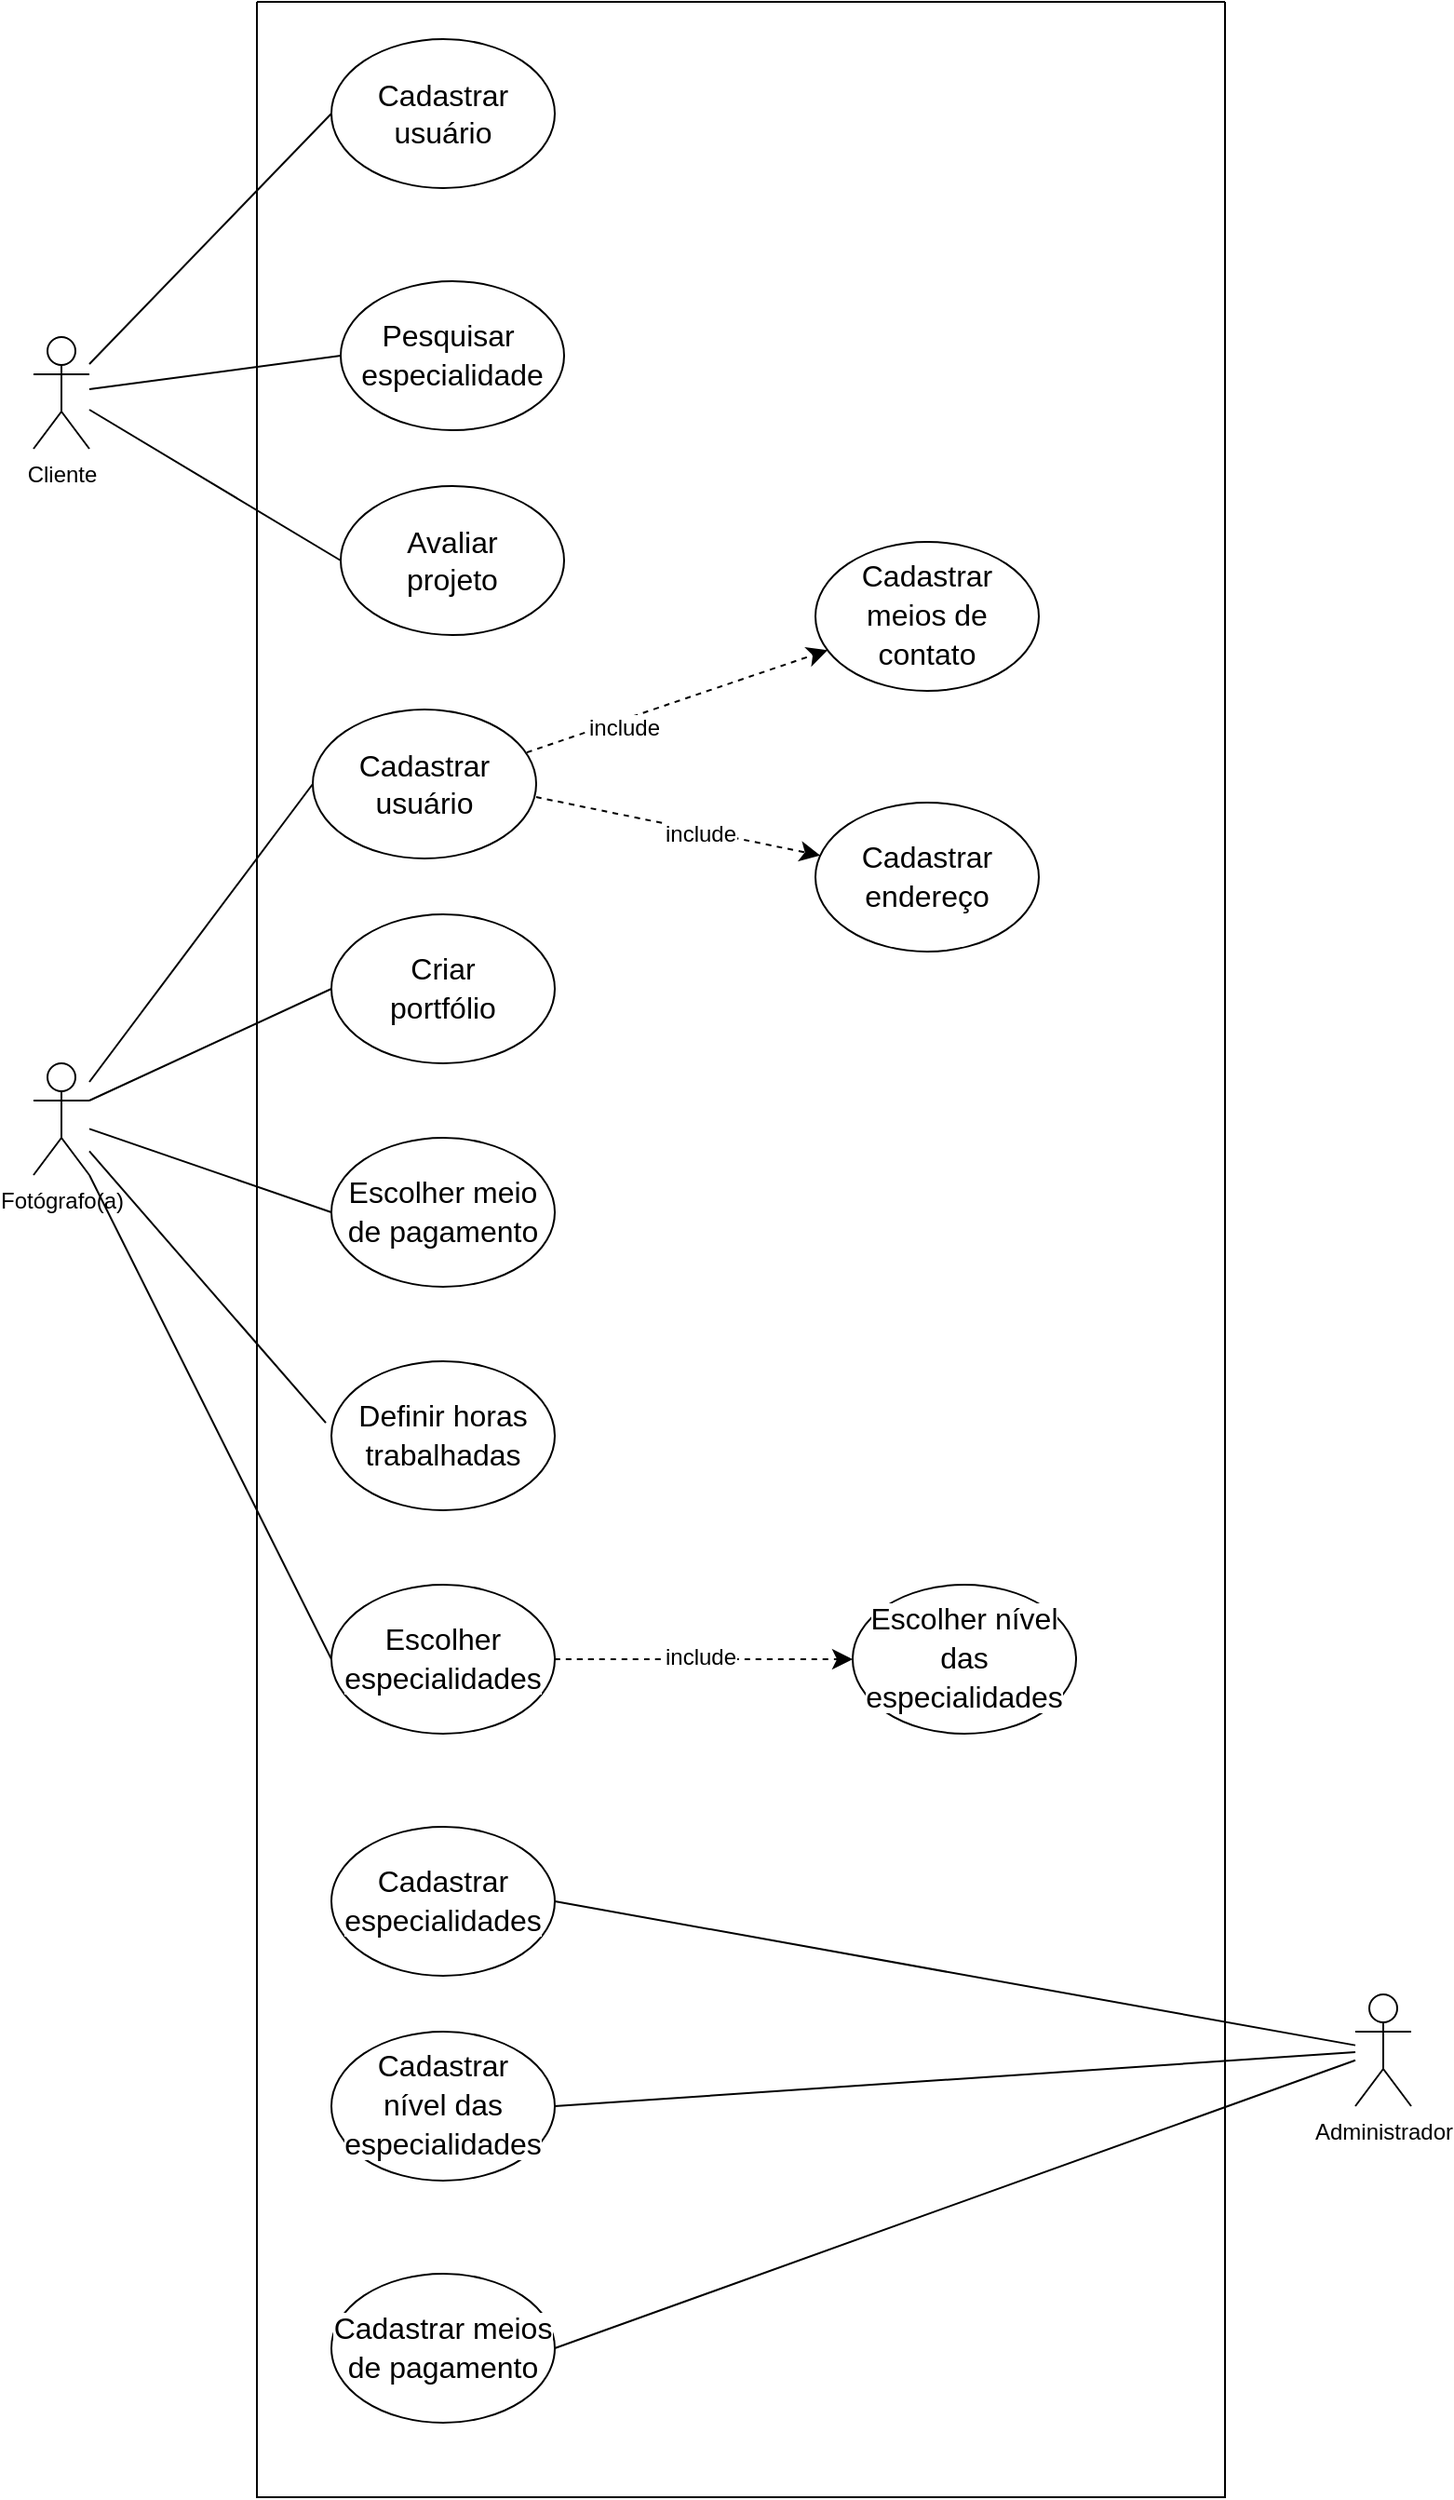
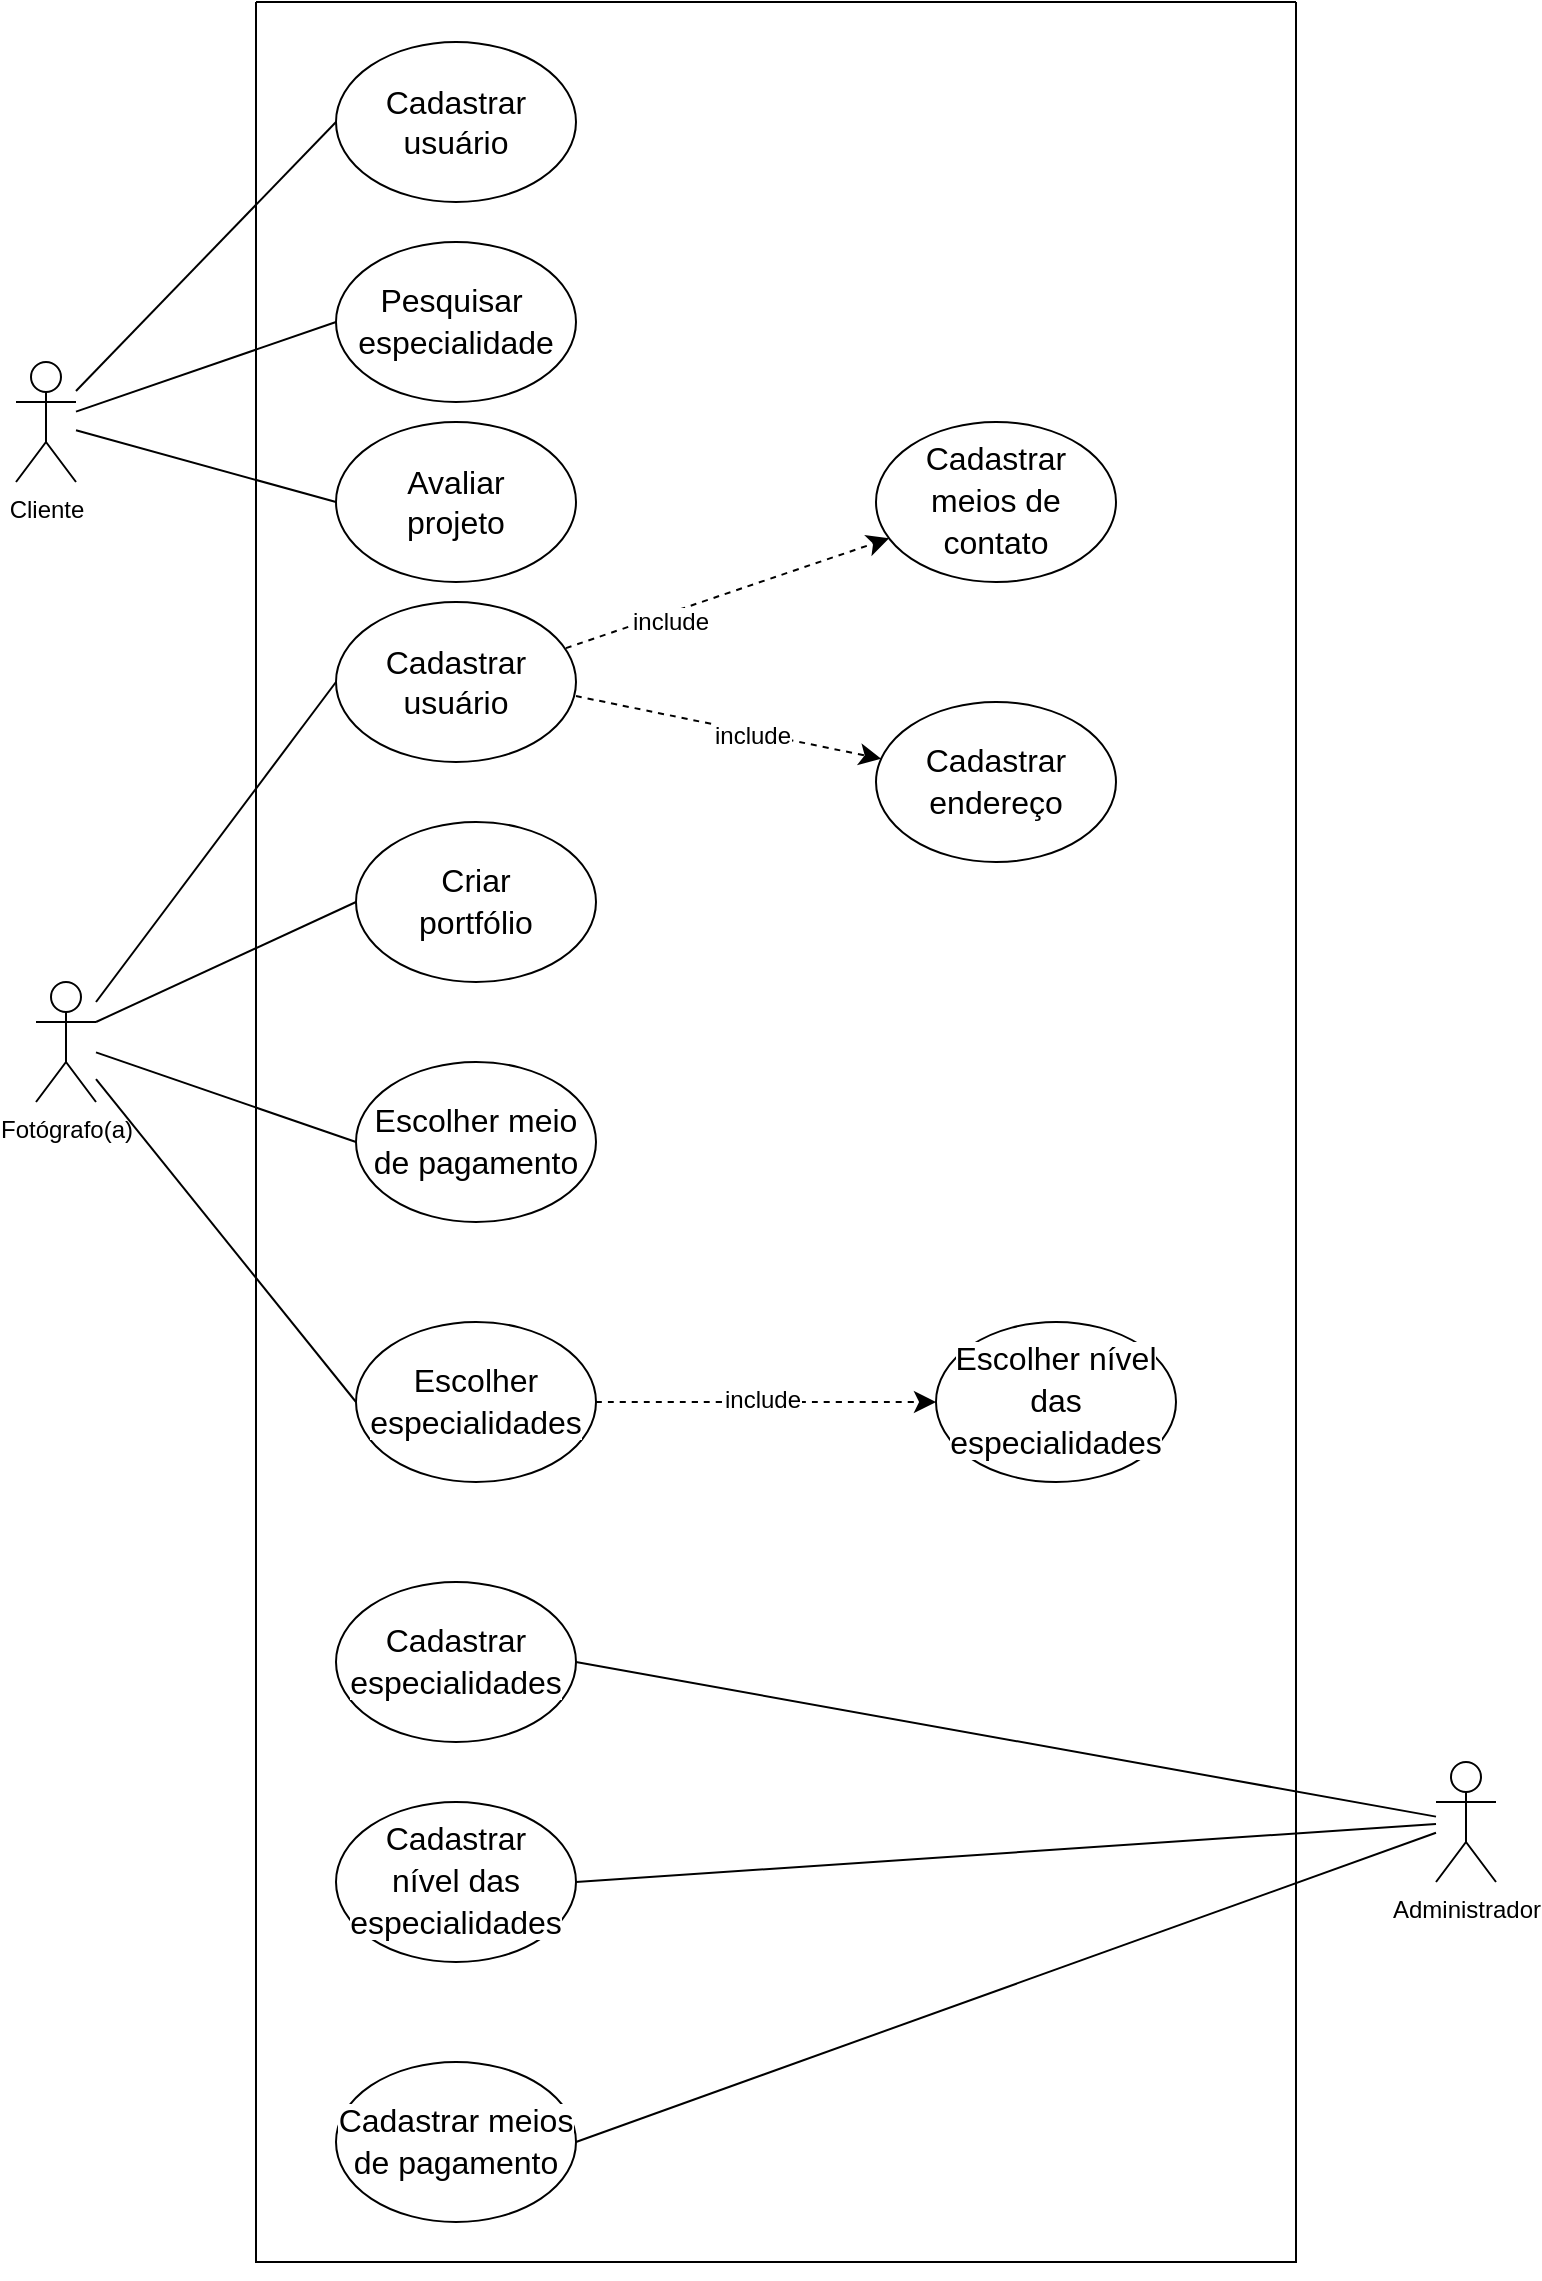
<mxfile host="app.diagrams.net">
  <diagram name="Página-1" id="dxCMnA6LfRXgrDErsBTI">
-     <mxGraphModel dx="1414" dy="803" grid="1" gridSize="10" guides="1" tooltips="1" connect="1" arrows="1" fold="1" page="1" pageScale="1" pageWidth="827" pageHeight="1169" math="0" shadow="0">
+     <mxGraphModel dx="2175" dy="1155" grid="1" gridSize="10" guides="1" tooltips="1" connect="1" arrows="1" fold="1" page="1" pageScale="1" pageWidth="827" pageHeight="1169" math="0" shadow="0">
      <root>
        <mxCell id="0" />
        <mxCell id="1" parent="0" />
        <mxCell id="xOa8tAGSxtH-vp95LS3U-1" parent="1" style="shape=umlActor;verticalLabelPosition=bottom;verticalAlign=top;html=1;outlineConnect=0;" value="Cliente" vertex="1">
          <mxGeometry height="60" width="30" x="40" y="200" as="geometry" />
        </mxCell>
-         <mxCell id="xOa8tAGSxtH-vp95LS3U-2" parent="1" style="shape=umlActor;verticalLabelPosition=bottom;verticalAlign=top;html=1;outlineConnect=0;" value="Fotógrafo(a)" vertex="1">
-           <mxGeometry height="60" width="30" x="40" y="590" as="geometry" />
-         </mxCell>
        <mxCell id="xOa8tAGSxtH-vp95LS3U-5" parent="1" style="ellipse;whiteSpace=wrap;html=1;" value="&lt;font style=&quot;font-size: 16px;&quot;&gt;Cadastrar&lt;/font&gt;&lt;div&gt;&lt;font style=&quot;font-size: 16px;&quot;&gt;usuário&lt;/font&gt;&lt;/div&gt;" vertex="1">
          <mxGeometry height="80" width="120" x="200" y="40" as="geometry" />
-         </mxCell>
-         <mxCell id="xOa8tAGSxtH-vp95LS3U-7" parent="1" style="ellipse;whiteSpace=wrap;html=1;" value="&lt;font style=&quot;font-size: 16px;&quot;&gt;Cadastrar&lt;/font&gt;&lt;div&gt;&lt;font style=&quot;font-size: 16px;&quot;&gt;usuário&lt;/font&gt;&lt;/div&gt;" vertex="1">
-           <mxGeometry height="80" width="120" x="190" y="400" as="geometry" />
        </mxCell>
        <mxCell id="xOa8tAGSxtH-vp95LS3U-14" edge="1" parent="1" source="xOa8tAGSxtH-vp95LS3U-1" style="endArrow=none;html=1;rounded=0;fontSize=12;startSize=8;endSize=8;curved=1;entryX=0;entryY=0.5;entryDx=0;entryDy=0;" target="xOa8tAGSxtH-vp95LS3U-5" value="">
          <mxGeometry height="50" relative="1" width="50" as="geometry">
            <mxPoint x="320" y="340" as="sourcePoint" />
            <mxPoint x="370" y="290" as="targetPoint" />
          </mxGeometry>
        </mxCell>
-         <mxCell id="xOa8tAGSxtH-vp95LS3U-15" parent="1" style="ellipse;whiteSpace=wrap;html=1;" value="&lt;span data-contrast=&quot;auto&quot; lang=&quot;PT-BR&quot; class=&quot;TextRun SCXW140058598 BCX0&quot; style=&quot;-webkit-user-drag: none; -webkit-tap-highlight-color: transparent; margin: 0px; padding: 0px; user-select: text; color: rgb(0, 0, 0); font-size: 12pt; text-align: left; background-color: rgb(255, 255, 255); line-height: 20.925px; font-family: Aptos, Aptos_EmbeddedFont, Aptos_MSFontService, sans-serif; font-variant-ligatures: none !important;&quot;&gt;&lt;span class=&quot;NormalTextRun SCXW140058598 BCX0&quot; style=&quot;-webkit-user-drag: none; -webkit-tap-highlight-color: transparent; margin: 0px; padding: 0px; user-select: text;&quot;&gt;Pesquisar&amp;nbsp; especialidade&lt;/span&gt;&lt;/span&gt;" vertex="1">
-           <mxGeometry height="80" width="120" x="205" y="170" as="geometry" />
-         </mxCell>
        <mxCell id="xOa8tAGSxtH-vp95LS3U-18" edge="1" parent="1" source="xOa8tAGSxtH-vp95LS3U-1" style="endArrow=none;html=1;rounded=0;fontSize=12;startSize=8;endSize=8;curved=1;entryX=0;entryY=0.5;entryDx=0;entryDy=0;" target="xOa8tAGSxtH-vp95LS3U-15" value="">
          <mxGeometry height="50" relative="1" width="50" as="geometry">
            <mxPoint x="320" y="330" as="sourcePoint" />
            <mxPoint x="370" y="280" as="targetPoint" />
          </mxGeometry>
        </mxCell>
-         <mxCell id="xOa8tAGSxtH-vp95LS3U-51" edge="1" parent="1" source="xOa8tAGSxtH-vp95LS3U-7" style="edgeStyle=none;curved=1;rounded=0;orthogonalLoop=1;jettySize=auto;html=1;fontSize=12;startSize=8;endSize=8;dashed=1;exitX=0.958;exitY=0.288;exitDx=0;exitDy=0;exitPerimeter=0;" target="xOa8tAGSxtH-vp95LS3U-21" value="">
+         <mxCell id="xOa8tAGSxtH-vp95LS3U-40" parent="1" style="swimlane;startSize=0;" value="" vertex="1">
+           <mxGeometry height="1130" width="520" x="160" y="20" as="geometry">
+             <mxRectangle height="40" width="50" x="130" y="20" as="alternateBounds" />
+           </mxGeometry>
+         </mxCell>
+         <mxCell id="xOa8tAGSxtH-vp95LS3U-15" parent="xOa8tAGSxtH-vp95LS3U-40" style="ellipse;whiteSpace=wrap;html=1;" value="&lt;span data-contrast=&quot;auto&quot; lang=&quot;PT-BR&quot; class=&quot;TextRun SCXW140058598 BCX0&quot; style=&quot;-webkit-user-drag: none; -webkit-tap-highlight-color: transparent; margin: 0px; padding: 0px; user-select: text; color: rgb(0, 0, 0); font-size: 12pt; text-align: left; background-color: rgb(255, 255, 255); line-height: 20.925px; font-family: Aptos, Aptos_EmbeddedFont, Aptos_MSFontService, sans-serif; font-variant-ligatures: none !important;&quot;&gt;&lt;span class=&quot;NormalTextRun SCXW140058598 BCX0&quot; style=&quot;-webkit-user-drag: none; -webkit-tap-highlight-color: transparent; margin: 0px; padding: 0px; user-select: text;&quot;&gt;Pesquisar&amp;nbsp; especialidade&lt;/span&gt;&lt;/span&gt;" vertex="1">
+           <mxGeometry height="80" width="120" x="40" y="120" as="geometry" />
+         </mxCell>
+         <mxCell id="xOa8tAGSxtH-vp95LS3U-2" parent="xOa8tAGSxtH-vp95LS3U-40" style="shape=umlActor;verticalLabelPosition=bottom;verticalAlign=top;html=1;outlineConnect=0;" value="Fotógrafo(a)" vertex="1">
+           <mxGeometry height="60" width="30" x="-110" y="490" as="geometry" />
+         </mxCell>
+         <mxCell id="xOa8tAGSxtH-vp95LS3U-7" parent="xOa8tAGSxtH-vp95LS3U-40" style="ellipse;whiteSpace=wrap;html=1;" value="&lt;font style=&quot;font-size: 16px;&quot;&gt;Cadastrar&lt;/font&gt;&lt;div&gt;&lt;font style=&quot;font-size: 16px;&quot;&gt;usuário&lt;/font&gt;&lt;/div&gt;" vertex="1">
+           <mxGeometry height="80" width="120" x="40" y="300" as="geometry" />
+         </mxCell>
+         <mxCell id="xOa8tAGSxtH-vp95LS3U-51" edge="1" parent="xOa8tAGSxtH-vp95LS3U-40" source="xOa8tAGSxtH-vp95LS3U-7" style="edgeStyle=none;curved=1;rounded=0;orthogonalLoop=1;jettySize=auto;html=1;fontSize=12;startSize=8;endSize=8;dashed=1;exitX=0.958;exitY=0.288;exitDx=0;exitDy=0;exitPerimeter=0;" target="xOa8tAGSxtH-vp95LS3U-21" value="">
          <mxGeometry relative="1" as="geometry">
-             <mxPoint x="314.4892265196763" y="413.25453038663613" as="sourcePoint" />
+             <mxPoint x="164.48922651967632" y="313.25453038663613" as="sourcePoint" />
          </mxGeometry>
        </mxCell>
        <mxCell id="xOa8tAGSxtH-vp95LS3U-52" connectable="0" parent="xOa8tAGSxtH-vp95LS3U-51" style="edgeLabel;html=1;align=center;verticalAlign=middle;resizable=0;points=[];fontSize=12;" value="include" vertex="1">
          <mxGeometry relative="1" x="-0.375" y="-4" as="geometry">
            <mxPoint as="offset" />
          </mxGeometry>
        </mxCell>
-         <mxCell id="xOa8tAGSxtH-vp95LS3U-53" edge="1" parent="1" source="xOa8tAGSxtH-vp95LS3U-7" style="edgeStyle=none;curved=1;rounded=0;orthogonalLoop=1;jettySize=auto;html=1;fontSize=12;startSize=8;endSize=8;dashed=1;exitX=1;exitY=0.588;exitDx=0;exitDy=0;exitPerimeter=0;" target="xOa8tAGSxtH-vp95LS3U-20" value="">
+         <mxCell id="xOa8tAGSxtH-vp95LS3U-53" edge="1" parent="xOa8tAGSxtH-vp95LS3U-40" source="xOa8tAGSxtH-vp95LS3U-7" style="edgeStyle=none;curved=1;rounded=0;orthogonalLoop=1;jettySize=auto;html=1;fontSize=12;startSize=8;endSize=8;dashed=1;exitX=1;exitY=0.588;exitDx=0;exitDy=0;exitPerimeter=0;" target="xOa8tAGSxtH-vp95LS3U-20" value="">
          <mxGeometry relative="1" as="geometry">
-             <mxPoint x="316.8080702138209" y="442.8727646789939" as="sourcePoint" />
+             <mxPoint x="166.80807021382088" y="342.8727646789939" as="sourcePoint" />
          </mxGeometry>
        </mxCell>
        <mxCell id="xOa8tAGSxtH-vp95LS3U-54" connectable="0" parent="xOa8tAGSxtH-vp95LS3U-53" style="edgeLabel;html=1;align=center;verticalAlign=middle;resizable=0;points=[];fontSize=12;" value="include" vertex="1">
          <mxGeometry relative="1" x="0.1592" y="-2" as="geometry">
            <mxPoint as="offset" />
          </mxGeometry>
        </mxCell>
-         <mxCell id="xOa8tAGSxtH-vp95LS3U-23" parent="1" style="ellipse;whiteSpace=wrap;html=1;" value="&lt;span data-contrast=&quot;auto&quot; lang=&quot;PT-BR&quot; class=&quot;TextRun SCXW148456245 BCX0&quot; style=&quot;-webkit-user-drag: none; -webkit-tap-highlight-color: transparent; margin: 0px; padding: 0px; user-select: text; color: rgb(0, 0, 0); font-size: 12pt; text-align: left; background-color: rgb(255, 255, 255); line-height: 20.925px; font-family: Aptos, Aptos_EmbeddedFont, Aptos_MSFontService, sans-serif; font-variant-ligatures: none !important;&quot;&gt;&lt;span class=&quot;NormalTextRun SCXW148456245 BCX0&quot; style=&quot;-webkit-user-drag: none; -webkit-tap-highlight-color: transparent; margin: 0px; padding: 0px; user-select: text;&quot;&gt;Criar&lt;/span&gt;&lt;/span&gt;&lt;div&gt;&lt;span data-contrast=&quot;auto&quot; lang=&quot;PT-BR&quot; class=&quot;TextRun SCXW148456245 BCX0&quot; style=&quot;-webkit-user-drag: none; -webkit-tap-highlight-color: transparent; margin: 0px; padding: 0px; user-select: text; color: rgb(0, 0, 0); font-size: 12pt; text-align: left; background-color: rgb(255, 255, 255); line-height: 20.925px; font-family: Aptos, Aptos_EmbeddedFont, Aptos_MSFontService, sans-serif; font-variant-ligatures: none !important;&quot;&gt;&lt;span class=&quot;NormalTextRun SCXW148456245 BCX0&quot; style=&quot;-webkit-user-drag: none; -webkit-tap-highlight-color: transparent; margin: 0px; padding: 0px; user-select: text;&quot;&gt;portfólio&lt;/span&gt;&lt;/span&gt;&lt;/div&gt;" vertex="1">
-           <mxGeometry height="80" width="120" x="200" y="510" as="geometry" />
+         <mxCell id="xOa8tAGSxtH-vp95LS3U-23" parent="xOa8tAGSxtH-vp95LS3U-40" style="ellipse;whiteSpace=wrap;html=1;" value="&lt;span data-contrast=&quot;auto&quot; lang=&quot;PT-BR&quot; class=&quot;TextRun SCXW148456245 BCX0&quot; style=&quot;-webkit-user-drag: none; -webkit-tap-highlight-color: transparent; margin: 0px; padding: 0px; user-select: text; color: rgb(0, 0, 0); font-size: 12pt; text-align: left; background-color: rgb(255, 255, 255); line-height: 20.925px; font-family: Aptos, Aptos_EmbeddedFont, Aptos_MSFontService, sans-serif; font-variant-ligatures: none !important;&quot;&gt;&lt;span class=&quot;NormalTextRun SCXW148456245 BCX0&quot; style=&quot;-webkit-user-drag: none; -webkit-tap-highlight-color: transparent; margin: 0px; padding: 0px; user-select: text;&quot;&gt;Criar&lt;/span&gt;&lt;/span&gt;&lt;div&gt;&lt;span data-contrast=&quot;auto&quot; lang=&quot;PT-BR&quot; class=&quot;TextRun SCXW148456245 BCX0&quot; style=&quot;-webkit-user-drag: none; -webkit-tap-highlight-color: transparent; margin: 0px; padding: 0px; user-select: text; color: rgb(0, 0, 0); font-size: 12pt; text-align: left; background-color: rgb(255, 255, 255); line-height: 20.925px; font-family: Aptos, Aptos_EmbeddedFont, Aptos_MSFontService, sans-serif; font-variant-ligatures: none !important;&quot;&gt;&lt;span class=&quot;NormalTextRun SCXW148456245 BCX0&quot; style=&quot;-webkit-user-drag: none; -webkit-tap-highlight-color: transparent; margin: 0px; padding: 0px; user-select: text;&quot;&gt;portfólio&lt;/span&gt;&lt;/span&gt;&lt;/div&gt;" vertex="1">
+           <mxGeometry height="80" width="120" x="50" y="410" as="geometry" />
        </mxCell>
-         <mxCell id="xOa8tAGSxtH-vp95LS3U-26" parent="1" style="ellipse;whiteSpace=wrap;html=1;" value="&lt;span data-contrast=&quot;auto&quot; lang=&quot;PT-BR&quot; class=&quot;TextRun SCXW13546696 BCX0&quot; style=&quot;-webkit-user-drag: none; -webkit-tap-highlight-color: transparent; margin: 0px; padding: 0px; user-select: text; color: rgb(0, 0, 0); font-size: 12pt; text-align: left; background-color: rgb(255, 255, 255); line-height: 20.925px; font-family: Aptos, Aptos_EmbeddedFont, Aptos_MSFontService, sans-serif; font-variant-ligatures: none !important;&quot;&gt;&lt;span class=&quot;NormalTextRun SCXW13546696 BCX0&quot; style=&quot;-webkit-user-drag: none; -webkit-tap-highlight-color: transparent; margin: 0px; padding: 0px; user-select: text;&quot;&gt;Escolher m&lt;/span&gt;&lt;span class=&quot;NormalTextRun SCXW13546696 BCX0&quot; style=&quot;-webkit-user-drag: none; -webkit-tap-highlight-color: transparent; margin: 0px; padding: 0px; user-select: text;&quot;&gt;ei&lt;/span&gt;&lt;span class=&quot;NormalTextRun SCXW13546696 BCX0&quot; style=&quot;-webkit-user-drag: none; -webkit-tap-highlight-color: transparent; margin: 0px; padding: 0px; user-select: text;&quot;&gt;o de pagamento&lt;/span&gt;&lt;/span&gt;" vertex="1">
-           <mxGeometry height="80" width="120" x="200" y="630" as="geometry" />
+         <mxCell id="xOa8tAGSxtH-vp95LS3U-26" parent="xOa8tAGSxtH-vp95LS3U-40" style="ellipse;whiteSpace=wrap;html=1;" value="&lt;span data-contrast=&quot;auto&quot; lang=&quot;PT-BR&quot; class=&quot;TextRun SCXW13546696 BCX0&quot; style=&quot;-webkit-user-drag: none; -webkit-tap-highlight-color: transparent; margin: 0px; padding: 0px; user-select: text; color: rgb(0, 0, 0); font-size: 12pt; text-align: left; background-color: rgb(255, 255, 255); line-height: 20.925px; font-family: Aptos, Aptos_EmbeddedFont, Aptos_MSFontService, sans-serif; font-variant-ligatures: none !important;&quot;&gt;&lt;span class=&quot;NormalTextRun SCXW13546696 BCX0&quot; style=&quot;-webkit-user-drag: none; -webkit-tap-highlight-color: transparent; margin: 0px; padding: 0px; user-select: text;&quot;&gt;Escolher m&lt;/span&gt;&lt;span class=&quot;NormalTextRun SCXW13546696 BCX0&quot; style=&quot;-webkit-user-drag: none; -webkit-tap-highlight-color: transparent; margin: 0px; padding: 0px; user-select: text;&quot;&gt;ei&lt;/span&gt;&lt;span class=&quot;NormalTextRun SCXW13546696 BCX0&quot; style=&quot;-webkit-user-drag: none; -webkit-tap-highlight-color: transparent; margin: 0px; padding: 0px; user-select: text;&quot;&gt;o de pagamento&lt;/span&gt;&lt;/span&gt;" vertex="1">
+           <mxGeometry height="80" width="120" x="50" y="530" as="geometry" />
        </mxCell>
-         <mxCell id="xOa8tAGSxtH-vp95LS3U-27" parent="1" style="ellipse;whiteSpace=wrap;html=1;" value="&lt;span data-contrast=&quot;auto&quot; lang=&quot;PT-BR&quot; class=&quot;TextRun SCXW192473895 BCX0&quot; style=&quot;-webkit-user-drag: none; -webkit-tap-highlight-color: transparent; margin: 0px; padding: 0px; user-select: text; color: rgb(0, 0, 0); font-size: 12pt; text-align: left; background-color: rgb(255, 255, 255); line-height: 20.925px; font-family: Aptos, Aptos_EmbeddedFont, Aptos_MSFontService, sans-serif; font-variant-ligatures: none !important;&quot;&gt;&lt;span class=&quot;NormalTextRun SCXW192473895 BCX0&quot; style=&quot;-webkit-user-drag: none; -webkit-tap-highlight-color: transparent; margin: 0px; padding: 0px; user-select: text;&quot;&gt;Definir horas trabalhadas&lt;/span&gt;&lt;/span&gt;" vertex="1">
-           <mxGeometry height="80" width="120" x="200" y="750" as="geometry" />
-         </mxCell>
-         <mxCell id="xOa8tAGSxtH-vp95LS3U-28" edge="1" parent="1" source="xOa8tAGSxtH-vp95LS3U-2" style="endArrow=none;html=1;rounded=0;fontSize=12;startSize=8;endSize=8;curved=1;entryX=0;entryY=0.5;entryDx=0;entryDy=0;" target="xOa8tAGSxtH-vp95LS3U-7" value="">
+         <mxCell id="xOa8tAGSxtH-vp95LS3U-28" edge="1" parent="xOa8tAGSxtH-vp95LS3U-40" source="xOa8tAGSxtH-vp95LS3U-2" style="endArrow=none;html=1;rounded=0;fontSize=12;startSize=8;endSize=8;curved=1;entryX=0;entryY=0.5;entryDx=0;entryDy=0;" target="xOa8tAGSxtH-vp95LS3U-7" value="">
          <mxGeometry height="50" relative="1" width="50" as="geometry">
-             <mxPoint x="350" y="490" as="sourcePoint" />
-             <mxPoint x="400" y="440" as="targetPoint" />
+             <mxPoint x="200" y="390" as="sourcePoint" />
+             <mxPoint x="250" y="340" as="targetPoint" />
          </mxGeometry>
        </mxCell>
-         <mxCell id="xOa8tAGSxtH-vp95LS3U-40" parent="1" style="swimlane;startSize=0;" value="" vertex="1">
-           <mxGeometry height="1340" width="520" x="160" y="20" as="geometry">
-             <mxRectangle height="40" width="50" x="130" y="20" as="alternateBounds" />
+         <mxCell id="xOa8tAGSxtH-vp95LS3U-24" parent="xOa8tAGSxtH-vp95LS3U-40" style="ellipse;whiteSpace=wrap;html=1;" value="&lt;span data-contrast=&quot;auto&quot; lang=&quot;PT-BR&quot; class=&quot;TextRun SCXW106609840 BCX0&quot; style=&quot;-webkit-user-drag: none; -webkit-tap-highlight-color: transparent; margin: 0px; padding: 0px; user-select: text; color: rgb(0, 0, 0); font-size: 12pt; text-align: left; background-color: rgb(255, 255, 255); line-height: 20.925px; font-family: Aptos, Aptos_EmbeddedFont, Aptos_MSFontService, sans-serif; font-variant-ligatures: none !important;&quot;&gt;&lt;span class=&quot;NormalTextRun SCXW106609840 BCX0&quot; style=&quot;-webkit-user-drag: none; -webkit-tap-highlight-color: transparent; margin: 0px; padding: 0px; user-select: text;&quot;&gt;Escolher especialidades&lt;/span&gt;&lt;/span&gt;" vertex="1">
+           <mxGeometry height="80" width="120" x="50" y="660" as="geometry" />
+         </mxCell>
+         <mxCell id="xOa8tAGSxtH-vp95LS3U-25" parent="xOa8tAGSxtH-vp95LS3U-40" style="ellipse;whiteSpace=wrap;html=1;" value="&lt;span data-contrast=&quot;auto&quot; lang=&quot;PT-BR&quot; class=&quot;TextRun SCXW9779322 BCX0&quot; style=&quot;-webkit-user-drag: none; -webkit-tap-highlight-color: transparent; margin: 0px; padding: 0px; user-select: text; color: rgb(0, 0, 0); font-size: 12pt; text-align: left; background-color: rgb(255, 255, 255); line-height: 20.925px; font-family: Aptos, Aptos_EmbeddedFont, Aptos_MSFontService, sans-serif; font-variant-ligatures: none !important;&quot;&gt;&lt;span class=&quot;NormalTextRun SCXW9779322 BCX0&quot; style=&quot;-webkit-user-drag: none; -webkit-tap-highlight-color: transparent; margin: 0px; padding: 0px; user-select: text;&quot;&gt;Escolher nível&lt;/span&gt;&lt;/span&gt;&lt;div&gt;&lt;span data-contrast=&quot;auto&quot; lang=&quot;PT-BR&quot; class=&quot;TextRun SCXW9779322 BCX0&quot; style=&quot;-webkit-user-drag: none; -webkit-tap-highlight-color: transparent; margin: 0px; padding: 0px; user-select: text; color: rgb(0, 0, 0); font-size: 12pt; text-align: left; background-color: rgb(255, 255, 255); line-height: 20.925px; font-family: Aptos, Aptos_EmbeddedFont, Aptos_MSFontService, sans-serif; font-variant-ligatures: none !important;&quot;&gt;&lt;span class=&quot;NormalTextRun SCXW9779322 BCX0&quot; style=&quot;-webkit-user-drag: none; -webkit-tap-highlight-color: transparent; margin: 0px; padding: 0px; user-select: text;&quot;&gt;das especialid&lt;/span&gt;&lt;span class=&quot;NormalTextRun SCXW9779322 BCX0&quot; style=&quot;-webkit-user-drag: none; -webkit-tap-highlight-color: transparent; margin: 0px; padding: 0px; user-select: text;&quot;&gt;ades&lt;/span&gt;&lt;/span&gt;&lt;/div&gt;" vertex="1">
+           <mxGeometry height="80" width="120" x="340" y="660" as="geometry" />
+         </mxCell>
+         <mxCell id="xOa8tAGSxtH-vp95LS3U-49" edge="1" parent="xOa8tAGSxtH-vp95LS3U-40" source="xOa8tAGSxtH-vp95LS3U-24" style="edgeStyle=none;curved=1;rounded=0;orthogonalLoop=1;jettySize=auto;html=1;fontSize=12;startSize=8;endSize=8;dashed=1;" target="xOa8tAGSxtH-vp95LS3U-25" value="">
+           <mxGeometry relative="1" as="geometry" />
+         </mxCell>
+         <mxCell id="xOa8tAGSxtH-vp95LS3U-50" connectable="0" parent="xOa8tAGSxtH-vp95LS3U-49" style="edgeLabel;html=1;align=center;verticalAlign=middle;resizable=0;points=[];fontSize=12;" value="include" vertex="1">
+           <mxGeometry relative="1" x="-0.0222" y="1" as="geometry">
+             <mxPoint as="offset" />
+           </mxGeometry>
+         </mxCell>
+         <mxCell id="xOa8tAGSxtH-vp95LS3U-46" parent="xOa8tAGSxtH-vp95LS3U-40" style="ellipse;whiteSpace=wrap;html=1;" value="&lt;font style=&quot;font-size: 16px;&quot;&gt;Avaliar&lt;/font&gt;&lt;div&gt;&lt;font style=&quot;font-size: 16px;&quot;&gt;projeto&lt;/font&gt;&lt;/div&gt;" vertex="1">
+           <mxGeometry height="80" width="120" x="40" y="210" as="geometry" />
+         </mxCell>
+         <mxCell id="xOa8tAGSxtH-vp95LS3U-21" parent="xOa8tAGSxtH-vp95LS3U-40" style="ellipse;whiteSpace=wrap;html=1;" value="&lt;span data-contrast=&quot;auto&quot; lang=&quot;PT-BR&quot; class=&quot;TextRun SCXW234052891 BCX0&quot; style=&quot;-webkit-user-drag: none; -webkit-tap-highlight-color: transparent; margin: 0px; padding: 0px; user-select: text; color: rgb(0, 0, 0); font-size: 12pt; text-align: left; background-color: rgb(255, 255, 255); line-height: 20.925px; font-family: Aptos, Aptos_EmbeddedFont, Aptos_MSFontService, sans-serif; font-variant-ligatures: none !important;&quot;&gt;&lt;span class=&quot;NormalTextRun SCXW234052891 BCX0&quot; style=&quot;-webkit-user-drag: none; -webkit-tap-highlight-color: transparent; margin: 0px; padding: 0px; user-select: text;&quot;&gt;Cadastrar&lt;/span&gt;&lt;/span&gt;&lt;div&gt;&lt;span data-contrast=&quot;auto&quot; lang=&quot;PT-BR&quot; class=&quot;TextRun SCXW234052891 BCX0&quot; style=&quot;-webkit-user-drag: none; -webkit-tap-highlight-color: transparent; margin: 0px; padding: 0px; user-select: text; color: rgb(0, 0, 0); font-size: 12pt; text-align: left; background-color: rgb(255, 255, 255); line-height: 20.925px; font-family: Aptos, Aptos_EmbeddedFont, Aptos_MSFontService, sans-serif; font-variant-ligatures: none !important;&quot;&gt;&lt;span class=&quot;NormalTextRun SCXW234052891 BCX0&quot; style=&quot;-webkit-user-drag: none; -webkit-tap-highlight-color: transparent; margin: 0px; padding: 0px; user-select: text;&quot;&gt;meios de contato&lt;/span&gt;&lt;/span&gt;&lt;/div&gt;" vertex="1">
+           <mxGeometry height="80" width="120" x="310" y="210" as="geometry" />
+         </mxCell>
+         <mxCell id="xOa8tAGSxtH-vp95LS3U-20" parent="xOa8tAGSxtH-vp95LS3U-40" style="ellipse;whiteSpace=wrap;html=1;" value="&lt;span data-contrast=&quot;auto&quot; lang=&quot;PT-BR&quot; class=&quot;TextRun SCXW45976282 BCX0&quot; style=&quot;-webkit-user-drag: none; -webkit-tap-highlight-color: transparent; margin: 0px; padding: 0px; user-select: text; color: rgb(0, 0, 0); font-size: 12pt; text-align: left; background-color: rgb(255, 255, 255); line-height: 20.925px; font-family: Aptos, Aptos_EmbeddedFont, Aptos_MSFontService, sans-serif; font-variant-ligatures: none !important;&quot;&gt;&lt;span class=&quot;NormalTextRun SCXW45976282 BCX0&quot; style=&quot;-webkit-user-drag: none; -webkit-tap-highlight-color: transparent; margin: 0px; padding: 0px; user-select: text;&quot;&gt;Cadastrar endereço&lt;/span&gt;&lt;/span&gt;" vertex="1">
+           <mxGeometry height="80" width="120" x="310" y="350" as="geometry" />
+         </mxCell>
+         <mxCell id="xOa8tAGSxtH-vp95LS3U-55" edge="1" parent="xOa8tAGSxtH-vp95LS3U-40" source="xOa8tAGSxtH-vp95LS3U-26" style="endArrow=none;html=1;rounded=0;fontSize=12;startSize=8;endSize=8;curved=1;exitX=0;exitY=0.5;exitDx=0;exitDy=0;" target="xOa8tAGSxtH-vp95LS3U-2" value="">
+           <mxGeometry height="50" relative="1" width="50" as="geometry">
+             <mxPoint x="230" y="490" as="sourcePoint" />
+             <mxPoint x="-60" y="520" as="targetPoint" />
+           </mxGeometry>
+         </mxCell>
+         <mxCell id="xOa8tAGSxtH-vp95LS3U-57" edge="1" parent="xOa8tAGSxtH-vp95LS3U-40" source="xOa8tAGSxtH-vp95LS3U-24" style="endArrow=none;html=1;rounded=0;fontSize=12;startSize=8;endSize=8;curved=1;exitX=0;exitY=0.5;exitDx=0;exitDy=0;" target="xOa8tAGSxtH-vp95LS3U-2" value="">
+           <mxGeometry height="50" relative="1" width="50" as="geometry">
+             <mxPoint x="190" y="690" as="sourcePoint" />
+             <mxPoint x="240" y="640" as="targetPoint" />
+           </mxGeometry>
+         </mxCell>
+         <mxCell id="xOa8tAGSxtH-vp95LS3U-58" edge="1" parent="xOa8tAGSxtH-vp95LS3U-40" source="xOa8tAGSxtH-vp95LS3U-2" style="endArrow=none;html=1;rounded=0;fontSize=12;startSize=8;endSize=8;curved=1;entryX=0;entryY=0.5;entryDx=0;entryDy=0;exitX=1;exitY=0.3333333333333333;exitDx=0;exitDy=0;exitPerimeter=0;" target="xOa8tAGSxtH-vp95LS3U-23" value="">
+           <mxGeometry height="50" relative="1" width="50" as="geometry">
+             <mxPoint x="190" y="590" as="sourcePoint" />
+             <mxPoint x="240" y="540" as="targetPoint" />
          </mxGeometry>
        </mxCell>
        <mxCell id="xOa8tAGSxtH-vp95LS3U-48" edge="1" parent="1" source="xOa8tAGSxtH-vp95LS3U-46" style="endArrow=none;html=1;rounded=0;fontSize=12;startSize=8;endSize=8;curved=1;exitX=0;exitY=0.5;exitDx=0;exitDy=0;" target="xOa8tAGSxtH-vp95LS3U-1" value="">
          <mxGeometry height="50" relative="1" width="50" as="geometry">
            <mxPoint x="370" y="280" as="sourcePoint" />
            <mxPoint x="420" y="230" as="targetPoint" />
          </mxGeometry>
        </mxCell>
-         <mxCell id="xOa8tAGSxtH-vp95LS3U-21" parent="1" style="ellipse;whiteSpace=wrap;html=1;" value="&lt;span data-contrast=&quot;auto&quot; lang=&quot;PT-BR&quot; class=&quot;TextRun SCXW234052891 BCX0&quot; style=&quot;-webkit-user-drag: none; -webkit-tap-highlight-color: transparent; margin: 0px; padding: 0px; user-select: text; color: rgb(0, 0, 0); font-size: 12pt; text-align: left; background-color: rgb(255, 255, 255); line-height: 20.925px; font-family: Aptos, Aptos_EmbeddedFont, Aptos_MSFontService, sans-serif; font-variant-ligatures: none !important;&quot;&gt;&lt;span class=&quot;NormalTextRun SCXW234052891 BCX0&quot; style=&quot;-webkit-user-drag: none; -webkit-tap-highlight-color: transparent; margin: 0px; padding: 0px; user-select: text;&quot;&gt;Cadastrar&lt;/span&gt;&lt;/span&gt;&lt;div&gt;&lt;span data-contrast=&quot;auto&quot; lang=&quot;PT-BR&quot; class=&quot;TextRun SCXW234052891 BCX0&quot; style=&quot;-webkit-user-drag: none; -webkit-tap-highlight-color: transparent; margin: 0px; padding: 0px; user-select: text; color: rgb(0, 0, 0); font-size: 12pt; text-align: left; background-color: rgb(255, 255, 255); line-height: 20.925px; font-family: Aptos, Aptos_EmbeddedFont, Aptos_MSFontService, sans-serif; font-variant-ligatures: none !important;&quot;&gt;&lt;span class=&quot;NormalTextRun SCXW234052891 BCX0&quot; style=&quot;-webkit-user-drag: none; -webkit-tap-highlight-color: transparent; margin: 0px; padding: 0px; user-select: text;&quot;&gt;meios de contato&lt;/span&gt;&lt;/span&gt;&lt;/div&gt;" vertex="1">
-           <mxGeometry height="80" width="120" x="460" y="310" as="geometry" />
-         </mxCell>
-         <mxCell id="xOa8tAGSxtH-vp95LS3U-20" parent="1" style="ellipse;whiteSpace=wrap;html=1;" value="&lt;span data-contrast=&quot;auto&quot; lang=&quot;PT-BR&quot; class=&quot;TextRun SCXW45976282 BCX0&quot; style=&quot;-webkit-user-drag: none; -webkit-tap-highlight-color: transparent; margin: 0px; padding: 0px; user-select: text; color: rgb(0, 0, 0); font-size: 12pt; text-align: left; background-color: rgb(255, 255, 255); line-height: 20.925px; font-family: Aptos, Aptos_EmbeddedFont, Aptos_MSFontService, sans-serif; font-variant-ligatures: none !important;&quot;&gt;&lt;span class=&quot;NormalTextRun SCXW45976282 BCX0&quot; style=&quot;-webkit-user-drag: none; -webkit-tap-highlight-color: transparent; margin: 0px; padding: 0px; user-select: text;&quot;&gt;Cadastrar endereço&lt;/span&gt;&lt;/span&gt;" vertex="1">
-           <mxGeometry height="80" width="120" x="460" y="450" as="geometry" />
-         </mxCell>
-         <mxCell id="xOa8tAGSxtH-vp95LS3U-25" parent="1" style="ellipse;whiteSpace=wrap;html=1;" value="&lt;span data-contrast=&quot;auto&quot; lang=&quot;PT-BR&quot; class=&quot;TextRun SCXW9779322 BCX0&quot; style=&quot;-webkit-user-drag: none; -webkit-tap-highlight-color: transparent; margin: 0px; padding: 0px; user-select: text; color: rgb(0, 0, 0); font-size: 12pt; text-align: left; background-color: rgb(255, 255, 255); line-height: 20.925px; font-family: Aptos, Aptos_EmbeddedFont, Aptos_MSFontService, sans-serif; font-variant-ligatures: none !important;&quot;&gt;&lt;span class=&quot;NormalTextRun SCXW9779322 BCX0&quot; style=&quot;-webkit-user-drag: none; -webkit-tap-highlight-color: transparent; margin: 0px; padding: 0px; user-select: text;&quot;&gt;Escolher nível&lt;/span&gt;&lt;/span&gt;&lt;div&gt;&lt;span data-contrast=&quot;auto&quot; lang=&quot;PT-BR&quot; class=&quot;TextRun SCXW9779322 BCX0&quot; style=&quot;-webkit-user-drag: none; -webkit-tap-highlight-color: transparent; margin: 0px; padding: 0px; user-select: text; color: rgb(0, 0, 0); font-size: 12pt; text-align: left; background-color: rgb(255, 255, 255); line-height: 20.925px; font-family: Aptos, Aptos_EmbeddedFont, Aptos_MSFontService, sans-serif; font-variant-ligatures: none !important;&quot;&gt;&lt;span class=&quot;NormalTextRun SCXW9779322 BCX0&quot; style=&quot;-webkit-user-drag: none; -webkit-tap-highlight-color: transparent; margin: 0px; padding: 0px; user-select: text;&quot;&gt;das especialid&lt;/span&gt;&lt;span class=&quot;NormalTextRun SCXW9779322 BCX0&quot; style=&quot;-webkit-user-drag: none; -webkit-tap-highlight-color: transparent; margin: 0px; padding: 0px; user-select: text;&quot;&gt;ades&lt;/span&gt;&lt;/span&gt;&lt;/div&gt;" vertex="1">
-           <mxGeometry height="80" width="120" x="480" y="870" as="geometry" />
-         </mxCell>
-         <mxCell id="xOa8tAGSxtH-vp95LS3U-49" edge="1" parent="1" source="xOa8tAGSxtH-vp95LS3U-24" style="edgeStyle=none;curved=1;rounded=0;orthogonalLoop=1;jettySize=auto;html=1;fontSize=12;startSize=8;endSize=8;dashed=1;" target="xOa8tAGSxtH-vp95LS3U-25" value="">
-           <mxGeometry relative="1" as="geometry" />
-         </mxCell>
-         <mxCell id="xOa8tAGSxtH-vp95LS3U-50" connectable="0" parent="xOa8tAGSxtH-vp95LS3U-49" style="edgeLabel;html=1;align=center;verticalAlign=middle;resizable=0;points=[];fontSize=12;" value="include" vertex="1">
-           <mxGeometry relative="1" x="-0.0222" y="1" as="geometry">
-             <mxPoint as="offset" />
-           </mxGeometry>
-         </mxCell>
-         <mxCell id="xOa8tAGSxtH-vp95LS3U-55" edge="1" parent="1" source="xOa8tAGSxtH-vp95LS3U-26" style="endArrow=none;html=1;rounded=0;fontSize=12;startSize=8;endSize=8;curved=1;exitX=0;exitY=0.5;exitDx=0;exitDy=0;" target="xOa8tAGSxtH-vp95LS3U-2" value="">
-           <mxGeometry height="50" relative="1" width="50" as="geometry">
-             <mxPoint x="380" y="590" as="sourcePoint" />
-             <mxPoint x="90" y="620" as="targetPoint" />
-           </mxGeometry>
-         </mxCell>
-         <mxCell id="xOa8tAGSxtH-vp95LS3U-56" edge="1" parent="1" source="xOa8tAGSxtH-vp95LS3U-27" style="endArrow=none;html=1;rounded=0;fontSize=12;startSize=8;endSize=8;curved=1;exitX=-0.025;exitY=0.413;exitDx=0;exitDy=0;exitPerimeter=0;" target="xOa8tAGSxtH-vp95LS3U-2" value="">
-           <mxGeometry height="50" relative="1" width="50" as="geometry">
-             <mxPoint x="380" y="590" as="sourcePoint" />
-             <mxPoint x="430" y="540" as="targetPoint" />
-           </mxGeometry>
-         </mxCell>
-         <mxCell id="xOa8tAGSxtH-vp95LS3U-24" parent="1" style="ellipse;whiteSpace=wrap;html=1;" value="&lt;span data-contrast=&quot;auto&quot; lang=&quot;PT-BR&quot; class=&quot;TextRun SCXW106609840 BCX0&quot; style=&quot;-webkit-user-drag: none; -webkit-tap-highlight-color: transparent; margin: 0px; padding: 0px; user-select: text; color: rgb(0, 0, 0); font-size: 12pt; text-align: left; background-color: rgb(255, 255, 255); line-height: 20.925px; font-family: Aptos, Aptos_EmbeddedFont, Aptos_MSFontService, sans-serif; font-variant-ligatures: none !important;&quot;&gt;&lt;span class=&quot;NormalTextRun SCXW106609840 BCX0&quot; style=&quot;-webkit-user-drag: none; -webkit-tap-highlight-color: transparent; margin: 0px; padding: 0px; user-select: text;&quot;&gt;Escolher especialidades&lt;/span&gt;&lt;/span&gt;" vertex="1">
-           <mxGeometry height="80" width="120" x="200" y="870" as="geometry" />
-         </mxCell>
-         <mxCell id="xOa8tAGSxtH-vp95LS3U-57" edge="1" parent="1" source="xOa8tAGSxtH-vp95LS3U-24" style="endArrow=none;html=1;rounded=0;fontSize=12;startSize=8;endSize=8;curved=1;exitX=0;exitY=0.5;exitDx=0;exitDy=0;" target="xOa8tAGSxtH-vp95LS3U-2" value="">
-           <mxGeometry height="50" relative="1" width="50" as="geometry">
-             <mxPoint x="340" y="790" as="sourcePoint" />
-             <mxPoint x="390" y="740" as="targetPoint" />
-           </mxGeometry>
-         </mxCell>
-         <mxCell id="xOa8tAGSxtH-vp95LS3U-46" parent="1" style="ellipse;whiteSpace=wrap;html=1;" value="&lt;font style=&quot;font-size: 16px;&quot;&gt;Avaliar&lt;/font&gt;&lt;div&gt;&lt;font style=&quot;font-size: 16px;&quot;&gt;projeto&lt;/font&gt;&lt;/div&gt;" vertex="1">
-           <mxGeometry height="80" width="120" x="205" y="280" as="geometry" />
-         </mxCell>
-         <mxCell id="xOa8tAGSxtH-vp95LS3U-58" edge="1" parent="1" source="xOa8tAGSxtH-vp95LS3U-2" style="endArrow=none;html=1;rounded=0;fontSize=12;startSize=8;endSize=8;curved=1;entryX=0;entryY=0.5;entryDx=0;entryDy=0;exitX=1;exitY=0.3333333333333333;exitDx=0;exitDy=0;exitPerimeter=0;" target="xOa8tAGSxtH-vp95LS3U-23" value="">
-           <mxGeometry height="50" relative="1" width="50" as="geometry">
-             <mxPoint x="340" y="690" as="sourcePoint" />
-             <mxPoint x="390" y="640" as="targetPoint" />
-           </mxGeometry>
-         </mxCell>
        <mxCell id="xOa8tAGSxtH-vp95LS3U-60" parent="1" style="shape=umlActor;verticalLabelPosition=bottom;verticalAlign=top;html=1;outlineConnect=0;" value="Administrador" vertex="1">
-           <mxGeometry height="60" width="30" x="750" y="1090" as="geometry" />
+           <mxGeometry height="60" width="30" x="750" y="900" as="geometry" />
        </mxCell>
        <mxCell id="xOa8tAGSxtH-vp95LS3U-61" parent="1" style="ellipse;whiteSpace=wrap;html=1;" value="&lt;span data-contrast=&quot;auto&quot; lang=&quot;PT-BR&quot; class=&quot;TextRun SCXW233857951 BCX0&quot; style=&quot;-webkit-user-drag: none; -webkit-tap-highlight-color: transparent; margin: 0px; padding: 0px; user-select: text; color: rgb(0, 0, 0); font-size: 12pt; text-align: left; background-color: rgb(255, 255, 255); line-height: 20.925px; font-family: Aptos, Aptos_EmbeddedFont, Aptos_MSFontService, sans-serif; font-variant-ligatures: none !important;&quot;&gt;&lt;span class=&quot;NormalTextRun SCXW233857951 BCX0&quot; style=&quot;-webkit-user-drag: none; -webkit-tap-highlight-color: transparent; margin: 0px; padding: 0px; user-select: text;&quot;&gt;Cadastrar especialidades&lt;/span&gt;&lt;/span&gt;" vertex="1">
-           <mxGeometry height="80" width="120" x="200" y="1000" as="geometry" />
+           <mxGeometry height="80" width="120" x="200" y="810" as="geometry" />
        </mxCell>
        <mxCell id="xOa8tAGSxtH-vp95LS3U-62" parent="1" style="ellipse;whiteSpace=wrap;html=1;" value="&lt;span data-contrast=&quot;auto&quot; lang=&quot;PT-BR&quot; class=&quot;TextRun SCXW106318563 BCX0&quot; style=&quot;-webkit-user-drag: none; -webkit-tap-highlight-color: transparent; margin: 0px; padding: 0px; user-select: text; color: rgb(0, 0, 0); font-size: 12pt; text-align: left; background-color: rgb(255, 255, 255); line-height: 20.925px; font-family: Aptos, Aptos_EmbeddedFont, Aptos_MSFontService, sans-serif; font-variant-ligatures: none !important;&quot;&gt;&lt;span class=&quot;NormalTextRun SCXW106318563 BCX0&quot; style=&quot;-webkit-user-drag: none; -webkit-tap-highlight-color: transparent; margin: 0px; padding: 0px; user-select: text;&quot;&gt;Cadastrar&lt;/span&gt;&lt;/span&gt;&lt;div&gt;&lt;span data-contrast=&quot;auto&quot; lang=&quot;PT-BR&quot; class=&quot;TextRun SCXW106318563 BCX0&quot; style=&quot;-webkit-user-drag: none; -webkit-tap-highlight-color: transparent; margin: 0px; padding: 0px; user-select: text; color: rgb(0, 0, 0); font-size: 12pt; text-align: left; background-color: rgb(255, 255, 255); line-height: 20.925px; font-family: Aptos, Aptos_EmbeddedFont, Aptos_MSFontService, sans-serif; font-variant-ligatures: none !important;&quot;&gt;&lt;span class=&quot;NormalTextRun SCXW106318563 BCX0&quot; style=&quot;-webkit-user-drag: none; -webkit-tap-highlight-color: transparent; margin: 0px; padding: 0px; user-select: text;&quot;&gt;nível das especialidades&lt;/span&gt;&lt;/span&gt;&lt;/div&gt;" vertex="1">
-           <mxGeometry height="80" width="120" x="200" y="1110" as="geometry" />
+           <mxGeometry height="80" width="120" x="200" y="920" as="geometry" />
        </mxCell>
        <mxCell id="xOa8tAGSxtH-vp95LS3U-63" parent="1" style="ellipse;whiteSpace=wrap;html=1;" value="&lt;span data-contrast=&quot;auto&quot; lang=&quot;PT-BR&quot; class=&quot;TextRun SCXW263256928 BCX0&quot; style=&quot;-webkit-user-drag: none; -webkit-tap-highlight-color: transparent; margin: 0px; padding: 0px; user-select: text; color: rgb(0, 0, 0); font-size: 12pt; text-align: left; background-color: rgb(255, 255, 255); line-height: 20.925px; font-family: Aptos, Aptos_EmbeddedFont, Aptos_MSFontService, sans-serif; font-variant-ligatures: none !important;&quot;&gt;&lt;span class=&quot;NormalTextRun SCXW263256928 BCX0&quot; style=&quot;-webkit-user-drag: none; -webkit-tap-highlight-color: transparent; margin: 0px; padding: 0px; user-select: text;&quot;&gt;Cadastrar meios de pagamento&lt;/span&gt;&lt;/span&gt;" vertex="1">
-           <mxGeometry height="80" width="120" x="200" y="1240" as="geometry" />
+           <mxGeometry height="80" width="120" x="200" y="1050" as="geometry" />
        </mxCell>
        <mxCell id="xOa8tAGSxtH-vp95LS3U-64" edge="1" parent="1" source="xOa8tAGSxtH-vp95LS3U-60" style="endArrow=none;html=1;rounded=0;fontSize=12;startSize=8;endSize=8;curved=1;entryX=1;entryY=0.5;entryDx=0;entryDy=0;" target="xOa8tAGSxtH-vp95LS3U-61" value="">
          <mxGeometry height="50" relative="1" width="50" as="geometry">
-             <mxPoint x="240" y="980" as="sourcePoint" />
-             <mxPoint x="290" y="930" as="targetPoint" />
+             <mxPoint x="240" y="790" as="sourcePoint" />
+             <mxPoint x="290" y="740" as="targetPoint" />
          </mxGeometry>
        </mxCell>
        <mxCell id="xOa8tAGSxtH-vp95LS3U-65" edge="1" parent="1" source="xOa8tAGSxtH-vp95LS3U-62" style="endArrow=none;html=1;rounded=0;fontSize=12;startSize=8;endSize=8;curved=1;exitX=1;exitY=0.5;exitDx=0;exitDy=0;" target="xOa8tAGSxtH-vp95LS3U-60" value="">
          <mxGeometry height="50" relative="1" width="50" as="geometry">
-             <mxPoint x="70" y="1180" as="sourcePoint" />
-             <mxPoint x="70" y="1030" as="targetPoint" />
+             <mxPoint x="70" y="990" as="sourcePoint" />
+             <mxPoint x="70" y="840" as="targetPoint" />
          </mxGeometry>
        </mxCell>
        <mxCell id="xOa8tAGSxtH-vp95LS3U-66" edge="1" parent="1" source="xOa8tAGSxtH-vp95LS3U-60" style="endArrow=none;html=1;rounded=0;fontSize=12;startSize=8;endSize=8;curved=1;entryX=1;entryY=0.5;entryDx=0;entryDy=0;" target="xOa8tAGSxtH-vp95LS3U-63" value="">
          <mxGeometry height="50" relative="1" width="50" as="geometry">
-             <mxPoint x="70" y="1050" as="sourcePoint" />
-             <mxPoint x="290" y="930" as="targetPoint" />
+             <mxPoint x="70" y="860" as="sourcePoint" />
+             <mxPoint x="290" y="740" as="targetPoint" />
          </mxGeometry>
+         </mxCell>
+         <mxCell id="QsoWZ0egK4wEsDegg7Ed-4" edge="1" parent="1" source="xOa8tAGSxtH-vp95LS3U-40" style="edgeStyle=orthogonalEdgeStyle;rounded=0;orthogonalLoop=1;jettySize=auto;html=1;exitX=0.5;exitY=1;exitDx=0;exitDy=0;" target="xOa8tAGSxtH-vp95LS3U-40">
+           <mxGeometry relative="1" as="geometry" />
        </mxCell>
      </root>
    </mxGraphModel>
  </diagram>
</mxfile>
